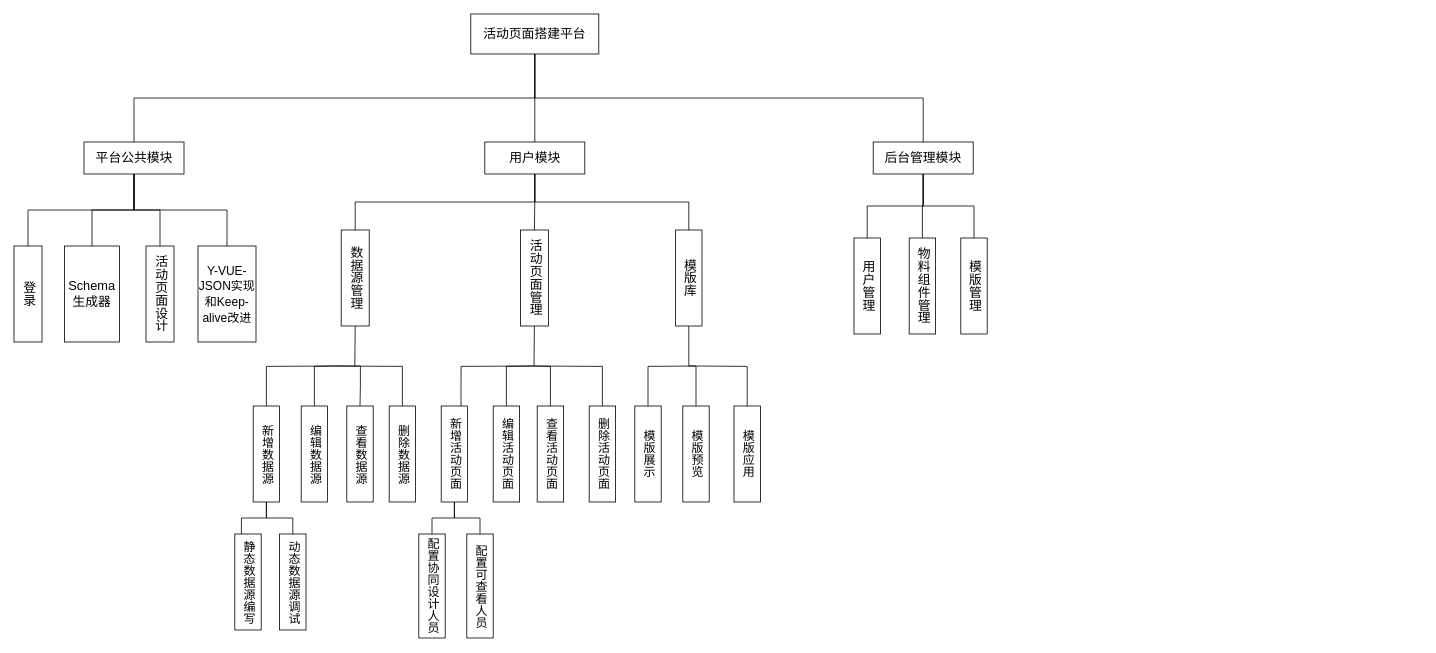
Before: ppt-结构图.drawio in yuxinyu12345/diagrams, a draw.io diagram. Source tidied: cells renumbered, new cells numbered last; positions are measured from the earlier drawing's top-left corner, leaving out a move shared by most shapes. Both pictures are drawn from the tidied source at 80%, with x=0, y=0 at pixel (14, 14).
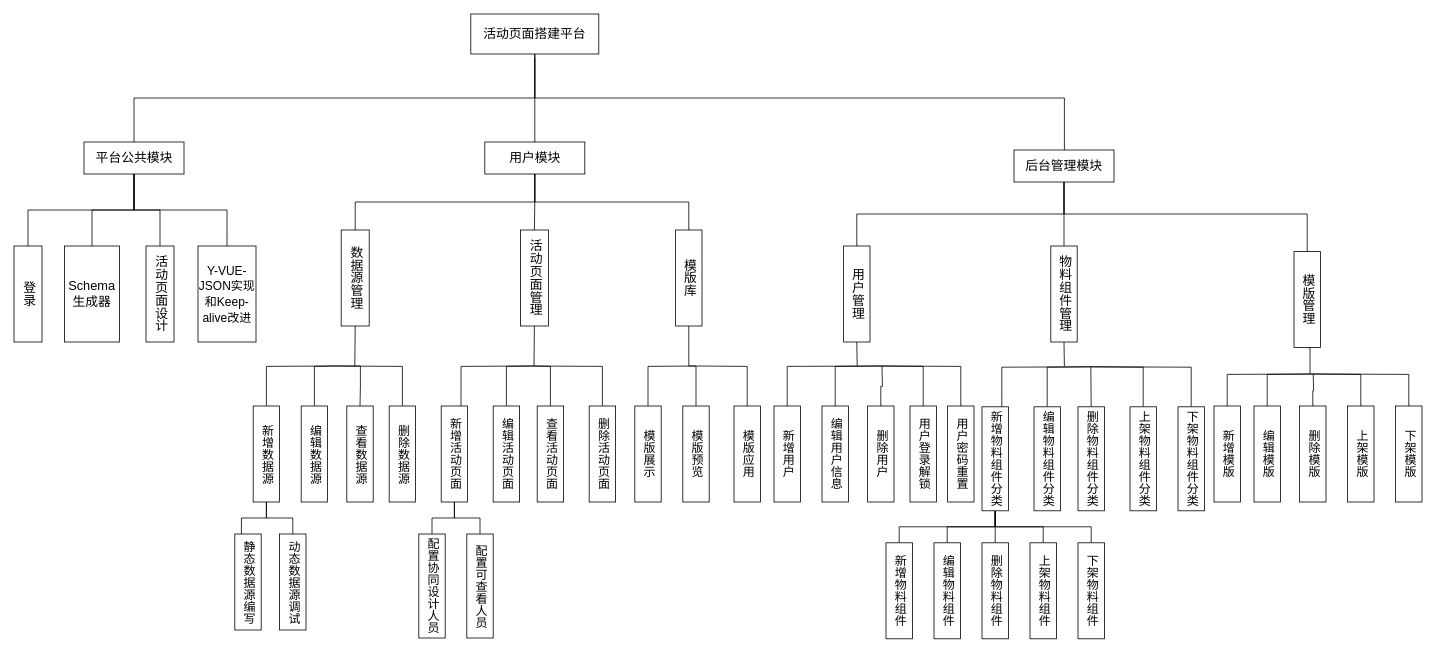
After the change.

Commit message (it also covers changes not shown here):
更新ppt-结构图.drawio

Unchanged cells that the change refers to:
```xml
<mxCell id="5" value="&lt;font style=&quot;font-size: 16px;&quot;&gt;活动页面搭建平台&lt;/font&gt;" style="rounded=0;whiteSpace=wrap;html=1;fontSize=16;" parent="1" vertex="1">
  <mxGeometry x="571" width="160" height="50" as="geometry" />
</mxCell>
```

Change to the diagram source:
```diff
@@
-    <mxCell id="3" style="edgeStyle=orthogonalEdgeStyle;rounded=0;jettySize=auto;html=1;exitX=0.5;exitY=1;exitDx=0;exitDy=0;endArrow=none;endFill=0;fontSize=16;" parent="1" edge="1" source="5" target="13">
-      <mxGeometry relative="1" as="geometry" />
+    <mxCell id="3" style="edgeStyle=orthogonalEdgeStyle;rounded=0;orthogonalLoop=1;jettySize=auto;html=1;exitX=0.5;exitY=1;exitDx=0;exitDy=0;endArrow=none;endFill=0;fontSize=16;" parent="1" edge="1">
+      <mxGeometry relative="1" as="geometry">
+        <mxPoint x="651" y="55" as="sourcePoint" />
+        <mxPoint x="1313" y="175" as="targetPoint" />
+        <Array as="points">
+          <mxPoint x="651" y="105" />
+          <mxPoint x="1313" y="105" />
+        </Array>
+      </mxGeometry>
     </mxCell>
@@
     <mxCell id="12" style="edgeStyle=orthogonalEdgeStyle;rounded=0;jettySize=auto;html=1;exitX=0.5;exitY=1;exitDx=0;exitDy=0;entryX=0.5;entryY=0;entryDx=0;entryDy=0;endArrow=none;endFill=0;fontSize=16;" parent="1" edge="1" source="13" target="28">
-      <mxGeometry relative="1" as="geometry" />
+      <mxGeometry relative="1" as="geometry">
+        <Array as="points">
+          <mxPoint x="1313" y="250" />
+          <mxPoint x="1617" y="250" />
+        </Array>
+      </mxGeometry>
     </mxCell>
     <mxCell id="13" value="后台管理模块" style="rounded=0;whiteSpace=wrap;html=1;fontSize=16;" parent="1" vertex="1">
-      <mxGeometry x="1074" y="160" width="125" height="40" as="geometry" />
+      <mxGeometry x="1250" y="170" width="125" height="40" as="geometry" />
     </mxCell>
@@
+    <mxCell id="61" style="edgeStyle=orthogonalEdgeStyle;rounded=0;jettySize=auto;html=1;exitX=0.5;exitY=1;exitDx=0;exitDy=0;endArrow=none;endFill=0;" parent="1" edge="1" source="26">
+      <mxGeometry relative="1" as="geometry">
+        <mxPoint x="1054" y="440" as="targetPoint" />
+      </mxGeometry>
+    </mxCell>
     <mxCell id="26" value="用户管理" style="rounded=0;whiteSpace=wrap;html=1;verticalAlign=middle;align=center;labelPosition=center;verticalLabelPosition=middle;textDirection=vertical-rl;spacing=0;fontSize=16;" parent="1" vertex="1">
-      <mxGeometry x="1050" y="280" width="33" height="120" as="geometry" />
+      <mxGeometry x="1037" y="290" width="33" height="120" as="geometry" />
     </mxCell>
+    <mxCell id="62" style="edgeStyle=orthogonalEdgeStyle;rounded=0;jettySize=auto;html=1;exitX=0.5;exitY=1;exitDx=0;exitDy=0;endArrow=none;endFill=0;" parent="1" edge="1" source="27">
+      <mxGeometry relative="1" as="geometry">
+        <mxPoint x="1313" y="440" as="targetPoint" />
+      </mxGeometry>
+    </mxCell>
     <mxCell id="27" value="物料组件管理" style="rounded=0;whiteSpace=wrap;html=1;verticalAlign=middle;align=center;labelPosition=center;verticalLabelPosition=middle;textDirection=vertical-rl;spacing=0;fontSize=16;" parent="1" vertex="1">
-      <mxGeometry x="1119" y="280" width="33" height="120" as="geometry" />
+      <mxGeometry x="1296" y="290" width="33" height="120" as="geometry" />
     </mxCell>
+    <mxCell id="63" style="edgeStyle=orthogonalEdgeStyle;rounded=0;jettySize=auto;html=1;exitX=0.5;exitY=1;exitDx=0;exitDy=0;endArrow=none;endFill=0;" parent="1" edge="1" source="28">
+      <mxGeometry relative="1" as="geometry">
+        <mxPoint x="1620" y="450" as="targetPoint" />
+      </mxGeometry>
+    </mxCell>
     <mxCell id="28" value="模版管理" style="rounded=0;whiteSpace=wrap;html=1;verticalAlign=middle;align=center;labelPosition=center;verticalLabelPosition=middle;textDirection=vertical-rl;spacing=0;fontSize=16;" parent="1" vertex="1">
-      <mxGeometry x="1183.5" y="280" width="33" height="120" as="geometry" />
+      <mxGeometry x="1600" y="297" width="33" height="120" as="geometry" />
     </mxCell>
@@
+    <mxCell id="64" style="edgeStyle=orthogonalEdgeStyle;rounded=0;jettySize=auto;html=1;exitX=0.5;exitY=1;exitDx=0;exitDy=0;entryX=0.5;entryY=0;entryDx=0;entryDy=0;endArrow=none;endFill=0;fontSize=15;" parent="1" edge="1" target="79">
+      <mxGeometry relative="1" as="geometry">
+        <mxPoint x="1085" y="440" as="sourcePoint" />
+      </mxGeometry>
+    </mxCell>
+    <mxCell id="65" style="edgeStyle=orthogonalEdgeStyle;rounded=0;jettySize=auto;html=1;exitX=0.5;exitY=1;exitDx=0;exitDy=0;entryX=0.5;entryY=0;entryDx=0;entryDy=0;endArrow=none;endFill=0;fontSize=15;" parent="1" edge="1" target="80">
+      <mxGeometry relative="1" as="geometry">
+        <mxPoint x="1085" y="440" as="sourcePoint" />
+      </mxGeometry>
+    </mxCell>
+    <mxCell id="66" style="edgeStyle=orthogonalEdgeStyle;rounded=0;jettySize=auto;html=1;exitX=0.5;exitY=1;exitDx=0;exitDy=0;entryX=0.5;entryY=0;entryDx=0;entryDy=0;endArrow=none;endFill=0;fontSize=15;" parent="1" edge="1" target="82">
+      <mxGeometry relative="1" as="geometry">
+        <mxPoint x="1085" y="440" as="sourcePoint" />
+      </mxGeometry>
+    </mxCell>
+    <mxCell id="67" style="edgeStyle=orthogonalEdgeStyle;rounded=0;jettySize=auto;html=1;exitX=0.5;exitY=1;exitDx=0;exitDy=0;entryX=0.5;entryY=0;entryDx=0;entryDy=0;endArrow=none;endFill=0;fontSize=15;" parent="1" edge="1" target="81">
+      <mxGeometry relative="1" as="geometry">
+        <mxPoint x="1085" y="440" as="sourcePoint" />
+      </mxGeometry>
+    </mxCell>
+    <mxCell id="68" style="edgeStyle=orthogonalEdgeStyle;rounded=0;jettySize=auto;html=1;exitX=0.5;exitY=1;exitDx=0;exitDy=0;entryX=0.5;entryY=0;entryDx=0;entryDy=0;endArrow=none;endFill=0;fontSize=15;" parent="1" edge="1" target="97">
+      <mxGeometry relative="1" as="geometry">
+        <mxPoint x="1085" y="440" as="sourcePoint" />
+      </mxGeometry>
+    </mxCell>
+    <mxCell id="69" style="edgeStyle=orthogonalEdgeStyle;rounded=0;jettySize=auto;html=1;exitX=0.5;exitY=1;exitDx=0;exitDy=0;entryX=0.75;entryY=0;entryDx=0;entryDy=0;endArrow=none;endFill=0;fontSize=15;" parent="1" edge="1" target="88">
+      <mxGeometry relative="1" as="geometry">
+        <mxPoint x="1346" y="441" as="sourcePoint" />
+      </mxGeometry>
+    </mxCell>
+    <mxCell id="70" style="edgeStyle=orthogonalEdgeStyle;rounded=0;jettySize=auto;html=1;exitX=0.5;exitY=1;exitDx=0;exitDy=0;entryX=0.5;entryY=0;entryDx=0;entryDy=0;endArrow=none;endFill=0;fontSize=15;" parent="1" edge="1" target="89">
+      <mxGeometry relative="1" as="geometry">
+        <mxPoint x="1346" y="441" as="sourcePoint" />
+      </mxGeometry>
+    </mxCell>
+    <mxCell id="71" style="edgeStyle=orthogonalEdgeStyle;rounded=0;jettySize=auto;html=1;exitX=0.5;exitY=1;exitDx=0;exitDy=0;entryX=0.5;entryY=0;entryDx=0;entryDy=0;endArrow=none;endFill=0;fontSize=15;" parent="1" edge="1" target="90">
+      <mxGeometry relative="1" as="geometry">
+        <mxPoint x="1346" y="441" as="sourcePoint" />
+      </mxGeometry>
+    </mxCell>
+    <mxCell id="72" style="edgeStyle=orthogonalEdgeStyle;rounded=0;jettySize=auto;html=1;exitX=0.5;exitY=1;exitDx=0;exitDy=0;entryX=0.5;entryY=0;entryDx=0;entryDy=0;endArrow=none;endFill=0;fontSize=15;" parent="1" edge="1" target="91">
+      <mxGeometry relative="1" as="geometry">
+        <mxPoint x="1346" y="441" as="sourcePoint" />
+      </mxGeometry>
+    </mxCell>
+    <mxCell id="73" style="edgeStyle=orthogonalEdgeStyle;rounded=0;jettySize=auto;html=1;exitX=0.5;exitY=1;exitDx=0;exitDy=0;entryX=0.5;entryY=0;entryDx=0;entryDy=0;endArrow=none;endFill=0;fontSize=15;" parent="1" edge="1" target="92">
+      <mxGeometry relative="1" as="geometry">
+        <mxPoint x="1346" y="441" as="sourcePoint" />
+      </mxGeometry>
+    </mxCell>
+    <mxCell id="74" style="edgeStyle=orthogonalEdgeStyle;rounded=0;jettySize=auto;html=1;exitX=0.5;exitY=1;exitDx=0;exitDy=0;endArrow=none;endFill=0;fontSize=15;" parent="1" edge="1" target="95">
+      <mxGeometry relative="1" as="geometry">
+        <mxPoint x="1624" y="450" as="sourcePoint" />
+      </mxGeometry>
+    </mxCell>
+    <mxCell id="75" style="edgeStyle=orthogonalEdgeStyle;rounded=0;jettySize=auto;html=1;exitX=0.5;exitY=1;exitDx=0;exitDy=0;entryX=0.5;entryY=0;entryDx=0;entryDy=0;endArrow=none;endFill=0;fontSize=15;" parent="1" edge="1" target="96">
+      <mxGeometry relative="1" as="geometry">
+        <mxPoint x="1624" y="450" as="sourcePoint" />
+      </mxGeometry>
+    </mxCell>
+    <mxCell id="76" style="edgeStyle=orthogonalEdgeStyle;rounded=0;jettySize=auto;html=1;exitX=0.5;exitY=1;exitDx=0;exitDy=0;entryX=0.5;entryY=0;entryDx=0;entryDy=0;endArrow=none;endFill=0;fontSize=15;" parent="1" edge="1" target="101">
+      <mxGeometry relative="1" as="geometry">
+        <mxPoint x="1624" y="450" as="sourcePoint" />
+      </mxGeometry>
+    </mxCell>
+    <mxCell id="77" style="edgeStyle=orthogonalEdgeStyle;rounded=0;jettySize=auto;html=1;exitX=0.5;exitY=1;exitDx=0;exitDy=0;entryX=0.5;entryY=0;entryDx=0;entryDy=0;endArrow=none;endFill=0;fontSize=15;" parent="1" edge="1" target="102">
+      <mxGeometry relative="1" as="geometry">
+        <mxPoint x="1624" y="450" as="sourcePoint" />
+      </mxGeometry>
+    </mxCell>
+    <mxCell id="78" style="edgeStyle=orthogonalEdgeStyle;rounded=0;jettySize=auto;html=1;exitX=0.5;exitY=1;exitDx=0;exitDy=0;entryX=0.5;entryY=0;entryDx=0;entryDy=0;endArrow=none;endFill=0;fontSize=15;" parent="1" edge="1" target="103">
+      <mxGeometry relative="1" as="geometry">
+        <mxPoint x="1624" y="450" as="sourcePoint" />
+      </mxGeometry>
+    </mxCell>
+    <mxCell id="79" value="新增用户" style="rounded=0;whiteSpace=wrap;html=1;verticalAlign=middle;align=center;labelPosition=center;verticalLabelPosition=middle;textDirection=vertical-rl;spacing=0;fontSize=15;" parent="1" vertex="1">
+      <mxGeometry x="950" y="490" width="33" height="120" as="geometry" />
+    </mxCell>
+    <mxCell id="80" value="编辑用户信息" style="rounded=0;whiteSpace=wrap;html=1;verticalAlign=middle;align=center;labelPosition=center;verticalLabelPosition=middle;textDirection=vertical-rl;spacing=0;fontSize=15;" parent="1" vertex="1">
+      <mxGeometry x="1010" y="490" width="33" height="120" as="geometry" />
+    </mxCell>
+    <mxCell id="81" value="删除用户" style="rounded=0;whiteSpace=wrap;html=1;verticalAlign=middle;align=center;labelPosition=center;verticalLabelPosition=middle;textDirection=vertical-rl;spacing=0;fontSize=15;" parent="1" vertex="1">
+      <mxGeometry x="1067" y="490" width="33" height="120" as="geometry" />
+    </mxCell>
+    <mxCell id="82" value="用户登录解锁" style="rounded=0;whiteSpace=wrap;html=1;verticalAlign=middle;align=center;labelPosition=center;verticalLabelPosition=middle;textDirection=vertical-rl;spacing=0;fontSize=15;" parent="1" vertex="1">
+      <mxGeometry x="1120" y="490" width="33" height="120" as="geometry" />
+    </mxCell>
+    <mxCell id="83" style="edgeStyle=orthogonalEdgeStyle;rounded=0;jettySize=auto;html=1;exitX=0.5;exitY=1;exitDx=0;exitDy=0;entryX=0.5;entryY=0;entryDx=0;entryDy=0;endArrow=none;endFill=0;fontSize=15;" parent="1" edge="1" source="88" target="93">
+      <mxGeometry relative="1" as="geometry" />
+    </mxCell>
+    <mxCell id="84" style="edgeStyle=orthogonalEdgeStyle;rounded=0;jettySize=auto;html=1;exitX=0.5;exitY=1;exitDx=0;exitDy=0;entryX=0.5;entryY=0;entryDx=0;entryDy=0;endArrow=none;endFill=0;fontSize=15;" parent="1" edge="1" source="88" target="94">
+      <mxGeometry relative="1" as="geometry" />
+    </mxCell>
+    <mxCell id="85" style="edgeStyle=orthogonalEdgeStyle;rounded=0;jettySize=auto;html=1;exitX=0.5;exitY=1;exitDx=0;exitDy=0;entryX=0.5;entryY=0;entryDx=0;entryDy=0;endArrow=none;endFill=0;fontSize=15;" parent="1" edge="1" source="88" target="98">
+      <mxGeometry relative="1" as="geometry" />
+    </mxCell>
+    <mxCell id="86" style="edgeStyle=orthogonalEdgeStyle;rounded=0;jettySize=auto;html=1;exitX=0.5;exitY=1;exitDx=0;exitDy=0;entryX=0.5;entryY=0;entryDx=0;entryDy=0;endArrow=none;endFill=0;fontSize=15;" parent="1" edge="1" source="88" target="99">
+      <mxGeometry relative="1" as="geometry" />
+    </mxCell>
+    <mxCell id="87" style="edgeStyle=orthogonalEdgeStyle;rounded=0;jettySize=auto;html=1;exitX=0.5;exitY=1;exitDx=0;exitDy=0;entryX=0.5;entryY=0;entryDx=0;entryDy=0;endArrow=none;endFill=0;fontSize=15;" parent="1" edge="1" source="88" target="100">
+      <mxGeometry relative="1" as="geometry" />
+    </mxCell>
+    <mxCell id="88" value="新增物料组件分类" style="rounded=0;whiteSpace=wrap;html=1;verticalAlign=middle;align=center;labelPosition=center;verticalLabelPosition=middle;textDirection=vertical-rl;spacing=0;fontSize=15;" parent="1" vertex="1">
+      <mxGeometry x="1210" y="491" width="33" height="130" as="geometry" />
+    </mxCell>
+    <mxCell id="89" value="编辑物料组件分类" style="rounded=0;whiteSpace=wrap;html=1;verticalAlign=middle;align=center;labelPosition=center;verticalLabelPosition=middle;textDirection=vertical-rl;spacing=0;fontSize=15;" parent="1" vertex="1">
+      <mxGeometry x="1275" y="491" width="33" height="130" as="geometry" />
+    </mxCell>
+    <mxCell id="90" value="删除物料组件分类" style="rounded=0;whiteSpace=wrap;html=1;verticalAlign=middle;align=center;labelPosition=center;verticalLabelPosition=middle;textDirection=vertical-rl;spacing=0;fontSize=15;" parent="1" vertex="1">
+      <mxGeometry x="1330" y="491" width="33" height="130" as="geometry" />
+    </mxCell>
+    <mxCell id="91" value="上架物料组件分类" style="rounded=0;whiteSpace=wrap;html=1;verticalAlign=middle;align=center;labelPosition=center;verticalLabelPosition=middle;textDirection=vertical-rl;spacing=0;fontSize=15;" parent="1" vertex="1">
+      <mxGeometry x="1395" y="491" width="33" height="130" as="geometry" />
+    </mxCell>
+    <mxCell id="92" value="下架物料组件分类" style="rounded=0;whiteSpace=wrap;html=1;verticalAlign=middle;align=center;labelPosition=center;verticalLabelPosition=middle;textDirection=vertical-rl;spacing=0;fontSize=15;" parent="1" vertex="1">
+      <mxGeometry x="1455" y="491" width="33" height="130" as="geometry" />
+    </mxCell>
+    <mxCell id="93" value="新增物料组件" style="rounded=0;whiteSpace=wrap;html=1;verticalAlign=middle;align=center;labelPosition=center;verticalLabelPosition=middle;textDirection=vertical-rl;spacing=0;fontSize=15;" parent="1" vertex="1">
+      <mxGeometry x="1090" y="661" width="33" height="120" as="geometry" />
+    </mxCell>
+    <mxCell id="94" value="编辑物料组件" style="rounded=0;whiteSpace=wrap;html=1;verticalAlign=middle;align=center;labelPosition=center;verticalLabelPosition=middle;textDirection=vertical-rl;spacing=0;fontSize=15;" parent="1" vertex="1">
+      <mxGeometry x="1150" y="661" width="33" height="120" as="geometry" />
+    </mxCell>
+    <mxCell id="95" value="新增模版" style="rounded=0;whiteSpace=wrap;html=1;verticalAlign=middle;align=center;labelPosition=center;verticalLabelPosition=middle;textDirection=vertical-rl;spacing=0;fontSize=15;" parent="1" vertex="1">
+      <mxGeometry x="1500" y="490" width="33" height="120" as="geometry" />
+    </mxCell>
+    <mxCell id="96" value="编辑模版" style="rounded=0;whiteSpace=wrap;html=1;verticalAlign=middle;align=center;labelPosition=center;verticalLabelPosition=middle;textDirection=vertical-rl;spacing=0;fontSize=15;" parent="1" vertex="1">
+      <mxGeometry x="1550" y="490" width="33" height="120" as="geometry" />
+    </mxCell>
+    <mxCell id="97" value="用户密码重置" style="rounded=0;whiteSpace=wrap;html=1;verticalAlign=middle;align=center;labelPosition=center;verticalLabelPosition=middle;textDirection=vertical-rl;spacing=0;fontSize=15;" parent="1" vertex="1">
+      <mxGeometry x="1167" y="490" width="33" height="120" as="geometry" />
+    </mxCell>
+    <mxCell id="98" value="删除物料组件" style="rounded=0;whiteSpace=wrap;html=1;verticalAlign=middle;align=center;labelPosition=center;verticalLabelPosition=middle;textDirection=vertical-rl;spacing=0;fontSize=15;" parent="1" vertex="1">
+      <mxGeometry x="1210" y="661" width="33" height="120" as="geometry" />
+    </mxCell>
+    <mxCell id="99" value="上架物料组件" style="rounded=0;whiteSpace=wrap;html=1;verticalAlign=middle;align=center;labelPosition=center;verticalLabelPosition=middle;textDirection=vertical-rl;spacing=0;fontSize=15;" parent="1" vertex="1">
+      <mxGeometry x="1270" y="661" width="33" height="120" as="geometry" />
+    </mxCell>
+    <mxCell id="100" value="下架物料组件" style="rounded=0;whiteSpace=wrap;html=1;verticalAlign=middle;align=center;labelPosition=center;verticalLabelPosition=middle;textDirection=vertical-rl;spacing=0;fontSize=15;" parent="1" vertex="1">
+      <mxGeometry x="1330" y="661" width="33" height="120" as="geometry" />
+    </mxCell>
+    <mxCell id="101" value="删除模版" style="rounded=0;whiteSpace=wrap;html=1;verticalAlign=middle;align=center;labelPosition=center;verticalLabelPosition=middle;textDirection=vertical-rl;spacing=0;fontSize=15;" parent="1" vertex="1">
+      <mxGeometry x="1607" y="490" width="33" height="120" as="geometry" />
+    </mxCell>
+    <mxCell id="102" value="上架模版" style="rounded=0;whiteSpace=wrap;html=1;verticalAlign=middle;align=center;labelPosition=center;verticalLabelPosition=middle;textDirection=vertical-rl;spacing=0;fontSize=15;" parent="1" vertex="1">
+      <mxGeometry x="1667" y="490" width="33" height="120" as="geometry" />
+    </mxCell>
+    <mxCell id="103" value="下架模版" style="rounded=0;whiteSpace=wrap;html=1;verticalAlign=middle;align=center;labelPosition=center;verticalLabelPosition=middle;textDirection=vertical-rl;spacing=0;fontSize=15;" parent="1" vertex="1">
+      <mxGeometry x="1727" y="490" width="33" height="120" as="geometry" />
+    </mxCell>
```
